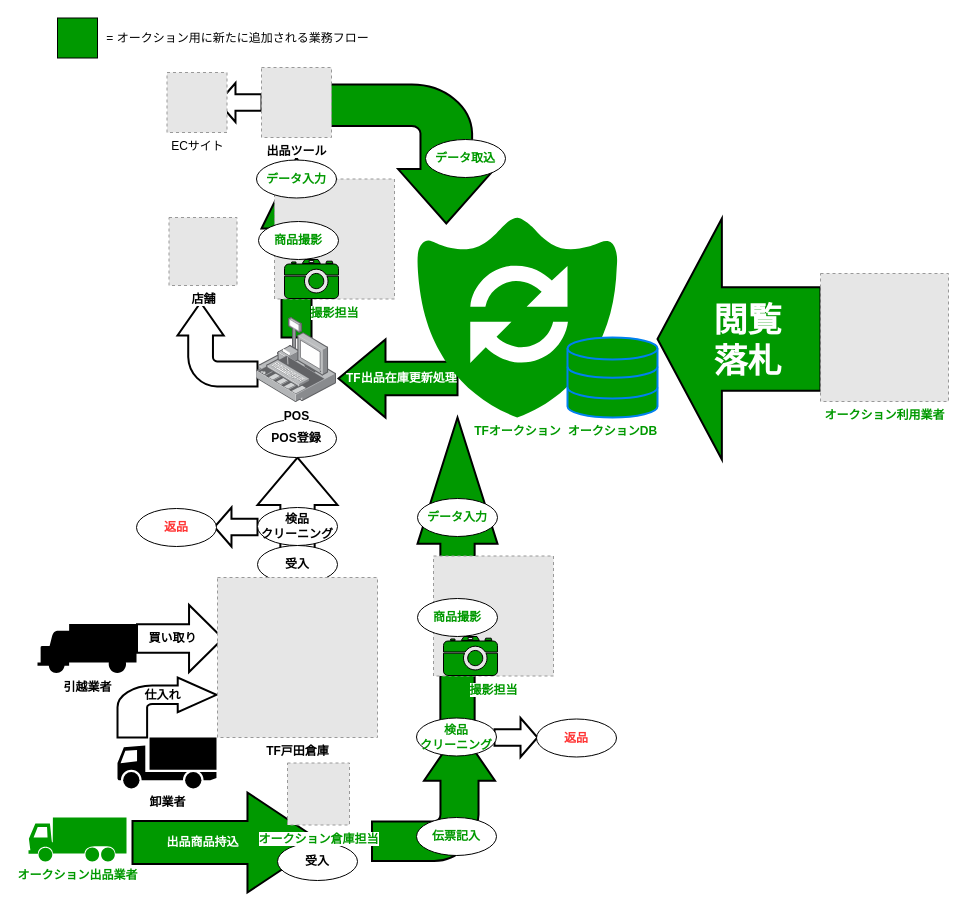
Above: 出品.drawio in cy-shuhei-ohno/test (draw.io), before the change. Source tidied: cells renumbered, new cells numbered last; positions are measured from the earlier drawing's top-left corner, leaving out a move shared by most shapes. Both pictures are drawn from the tidied source at 100%, with x=0, y=0 at pixel (28, 17). Pictures stored in the file or linked from it are replaced by grey dashed boxes.
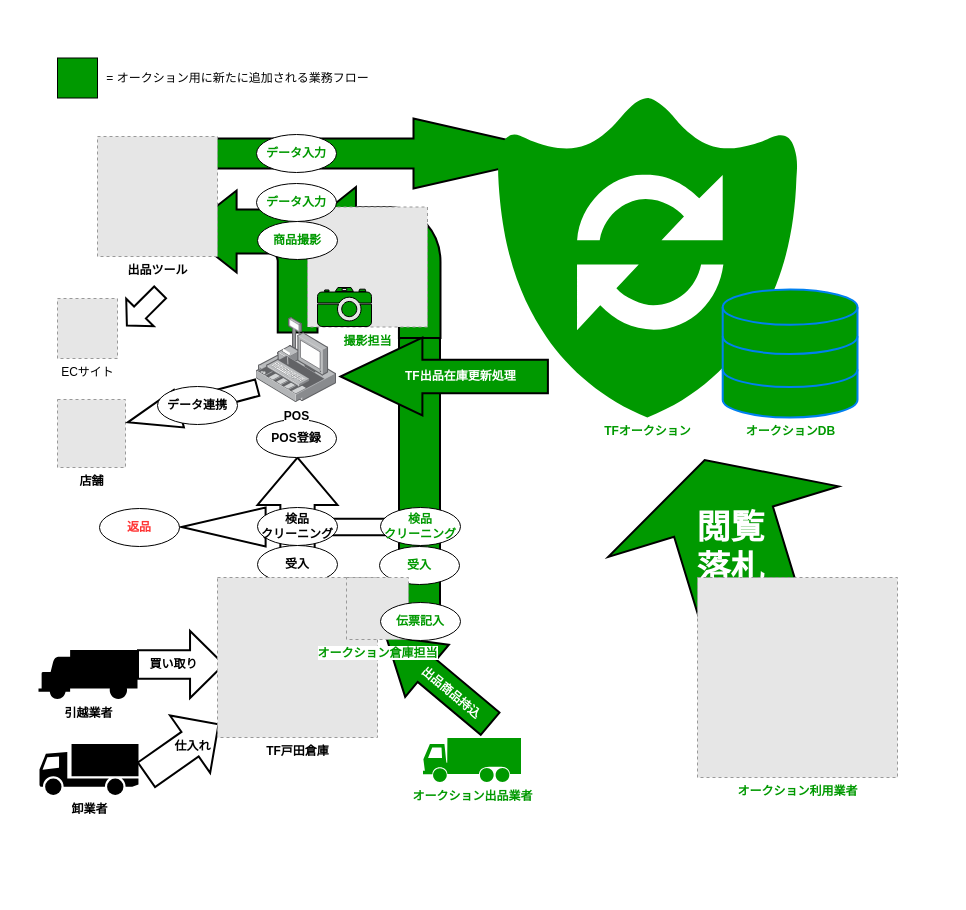
The same page after the edit.

The edit, as a diff of the source:
```diff
@@
-    <mxCell id="2" style="shape=mxgraph.arrows.arrow_up;html=1;verticalLabelPosition=bottom;verticalAlign=top;strokeWidth=2;strokeColor=#000000;fillColor=#009900;fontColor=#000000;align=center;" parent="1" vertex="1">
-      <mxGeometry x="233" y="140" width="70" height="180" as="geometry" />
-    </mxCell>
+    <mxCell id="18" style="shape=mxgraph.arrows.bent_right_arrow;html=1;verticalLabelPosition=bottom;verticalAlign=top;strokeWidth=2;strokeColor=#000000;fillColor=#009900;fontColor=#000000;align=center;rotation=-180;flipV=1;" parent="1" vertex="1">
+      <mxGeometry x="156" y="173" width="133" height="142" as="geometry" />
+    </mxCell>
+    <mxCell id="56" style="shape=mxgraph.arrows.signal-in_arrow;html=1;verticalLabelPosition=bottom;verticalAlign=top;strokeWidth=2;strokeColor=#000000;fillColor=#009900;gradientColor=none;fontSize=12;fontColor=#009900;align=center;rotation=-90;" parent="1" vertex="1">
+      <mxGeometry x="223" y="423" width="336" height="41" as="geometry" />
+    </mxCell>
+    <mxCell id="40" style="group;" parent="1" vertex="1">
+      <mxGeometry x="279" y="189.5" width="209" height="131" as="geometry" />
+    </mxCell>
+    <mxCell id="57" style="group;" parent="40" vertex="1">
+      <mxGeometry width="133" height="131" as="geometry" />
+    </mxCell>
+    <mxCell id="33" style="shape=mxgraph.arrows.bent_left_arrow;html=1;verticalLabelPosition=bottom;verticalAlign=top;strokeWidth=2;strokeColor=#000000;fillColor=#009900;gradientColor=none;fontColor=#009900;align=center;flipV=0;flipH=0;rotation=0;" parent="57" vertex="1">
+      <mxGeometry x="-6" y="-20" width="139" height="151" as="geometry" />
+    </mxCell>
+    <mxCell id="41" value="撮影担当" style="fillColor=#E6E6E6;strokeColor=#999999;dashed=1;html=1;verticalAlign=top;verticalLabelPosition=bottom;labelBackgroundColor=#ffffff;fontColor=#009900;align=center;fontStyle=1;" parent="57" vertex="1">
+      <mxGeometry width="120" height="120" as="geometry" />
+    </mxCell>
+    <mxCell id="42" style="shape=mxgraph.signs.tech.camera_2;html=1;fillColor=#009900;strokeColor=#000000;verticalLabelPosition=bottom;verticalAlign=top;align=center;fontColor=#000000;gradientColor=none;" parent="57" vertex="1">
+      <mxGeometry x="10" y="80.5" width="54" height="39" as="geometry" />
+    </mxCell>
+    <mxCell id="58" style="shape=mxgraph.arrows.arrow_up;html=1;verticalLabelPosition=bottom;verticalAlign=top;strokeWidth=2;strokeColor=#000000;fillColor=#FFFFFF;gradientColor=none;fontSize=12;fontColor=#000000;align=center;rotation=55;" parent="1" vertex="1">
+      <mxGeometry x="119" y="688" width="70" height="88" as="geometry" />
+    </mxCell>
     <mxCell id="3" value="卸業者" style="shape=mxgraph.signs.transportation.truck_1;html=1;fillColor=#000000;strokeColor=none;verticalLabelPosition=bottom;verticalAlign=top;align=center;fontStyle=1;" parent="1" vertex="1">
-      <mxGeometry x="89" y="720" width="99" height="51" as="geometry" />
+      <mxGeometry x="11" y="726.5" width="99" height="51" as="geometry" />
     </mxCell>
     <mxCell id="4" value="引越業者" style="shape=mxgraph.signs.transportation.truck_2;html=1;fillColor=#000000;strokeColor=none;verticalLabelPosition=bottom;verticalAlign=top;align=center;fontStyle=1;" parent="1" vertex="1">
-      <mxGeometry x="9" y="606.5" width="99" height="49" as="geometry" />
+      <mxGeometry x="10" y="632.5" width="99" height="49" as="geometry" />
     </mxCell>
-    <mxCell id="5" value="オークション出品業者" style="shape=mxgraph.signs.transportation.truck_3;html=1;fillColor=#009900;strokeColor=none;verticalLabelPosition=bottom;verticalAlign=top;align=center;fontColor=#009900;fontStyle=1;" parent="1" vertex="1">
-      <mxGeometry y="800" width="98" height="44" as="geometry" />
-    </mxCell>
-    <mxCell id="6" style="shape=mxgraph.arrows.bent_right_arrow;html=1;verticalLabelPosition=bottom;verticalAlign=top;strokeWidth=2;strokeColor=#000000;" parent="1" vertex="1">
-      <mxGeometry x="89" y="660" width="99" height="60" as="geometry" />
-    </mxCell>
     <mxCell id="7" value="仕入れ" style="text;html=1;align=center;verticalAlign=top;spacingTop=-4;fontStyle=1;" parent="1" vertex="1">
-      <mxGeometry x="109" y="668" width="50" height="20" as="geometry" />
+      <mxGeometry x="138.5" y="718.5" width="50" height="20" as="geometry" />
     </mxCell>
     <mxCell id="8" style="shape=mxgraph.arrows.arrow_up;html=1;verticalLabelPosition=bottom;verticalAlign=top;strokeWidth=2;strokeColor=#000000;rotation=90;" parent="1" vertex="1">
-      <mxGeometry x="118" y="578" width="67" height="86" as="geometry" />
+      <mxGeometry x="119" y="604" width="67" height="86" as="geometry" />
     </mxCell>
     <mxCell id="9" value="買い取り" style="text;html=1;align=center;verticalAlign=top;spacingTop=-4;fillColor=#ffffff;fontStyle=1;" parent="1" vertex="1">
-      <mxGeometry x="113.5" y="611" width="60" height="20" as="geometry" />
+      <mxGeometry x="114.5" y="637" width="60" height="20" as="geometry" />
     </mxCell>
     <mxCell id="10" style="whiteSpace=wrap;html=1;fillColor=#009900;fontColor=#FFFFFF;align=center;" parent="1" vertex="1">
-      <mxGeometry x="29" y="0.5" width="40" height="40" as="geometry" />
+      <mxGeometry x="29" y="40.5" width="40" height="40" as="geometry" />
     </mxCell>
     <mxCell id="11" value="= オークション用に新たに追加される業務フロー&lt;br&gt;&lt;br&gt;" style="text;html=1;align=center;verticalAlign=top;spacingTop=-4;fontColor=#000000;" parent="1" vertex="1">
-      <mxGeometry x="69" y="10.5" width="280" height="30" as="geometry" />
+      <mxGeometry x="69" y="50.5" width="280" height="30" as="geometry" />
     </mxCell>
@@
     <mxCell id="14" style="shape=mxgraph.arrows.arrow_right;html=1;verticalLabelPosition=bottom;verticalAlign=top;strokeWidth=2;strokeColor=#000000;fillColor=#FFFFFF;fontColor=#000000;align=center;rotation=-180;" parent="1" vertex="1">
-      <mxGeometry x="186" y="490" width="43" height="39" as="geometry" />
+      <mxGeometry x="153" y="490" width="213" height="39" as="geometry" />
     </mxCell>
     <mxCell id="15" value="返品" style="ellipse;whiteSpace=wrap;html=1;fillColor=#FFFFFF;fontColor=#FF3333;align=center;fontStyle=1;" parent="1" vertex="1">
-      <mxGeometry x="108" y="491" width="80" height="38" as="geometry" />
+      <mxGeometry x="71" y="491" width="80" height="38" as="geometry" />
     </mxCell>
@@
-    <mxCell id="18" style="shape=mxgraph.arrows.bent_right_arrow;html=1;verticalLabelPosition=bottom;verticalAlign=top;strokeWidth=2;strokeColor=#000000;fillColor=#FFFFFF;fontColor=#000000;align=center;rotation=-90;" parent="1" vertex="1">
-      <mxGeometry x="147" y="287" width="84" height="80" as="geometry" />
-    </mxCell>
-    <mxCell id="19" value="POS" style="html=1;align=center;shadow=0;dashed=0;image;image=img/lib/allied_telesis/security/POS.svg;fillColor=#009900;fontColor=#000000;fontStyle=1;" parent="1" vertex="1">
-      <mxGeometry x="228" y="300" width="80" height="85" as="geometry" />
-    </mxCell>
     <mxCell id="20" value="店舗" style="fillColor=#E6E6E6;strokeColor=#999999;dashed=1;html=1;verticalAlign=top;verticalLabelPosition=bottom;labelBackgroundColor=#ffffff;fontColor=#000000;align=center;fontStyle=1;" parent="1" vertex="1">
-      <mxGeometry x="140.5" y="200" width="68" height="68" as="geometry" />
+      <mxGeometry x="29" y="382" width="68" height="68" as="geometry" />
     </mxCell>
-    <mxCell id="21" style="group;" parent="1" vertex="1">
-      <mxGeometry x="246" y="161.5" width="120" height="120" as="geometry" />
-    </mxCell>
-    <mxCell id="22" value="撮影担当" style="fillColor=#E6E6E6;strokeColor=#999999;dashed=1;html=1;verticalAlign=top;verticalLabelPosition=bottom;labelBackgroundColor=#ffffff;fontColor=#009900;align=center;fontStyle=1;" parent="21" vertex="1">
-      <mxGeometry width="120" height="120" as="geometry" />
-    </mxCell>
-    <mxCell id="23" style="shape=mxgraph.signs.tech.camera_2;html=1;fillColor=#009900;strokeColor=#000000;verticalLabelPosition=bottom;verticalAlign=top;align=center;fontColor=#000000;gradientColor=none;" parent="21" vertex="1">
-      <mxGeometry x="10" y="80.5" width="54" height="39" as="geometry" />
-    </mxCell>
-    <mxCell id="24" value="商品撮影" style="ellipse;whiteSpace=wrap;html=1;fillColor=#FFFFFF;fontColor=#009900;align=center;fontStyle=1;" parent="21" vertex="1">
-      <mxGeometry x="-16" y="42.5" width="80" height="38" as="geometry" />
-    </mxCell>
-    <mxCell id="25" value="データ入力" style="ellipse;whiteSpace=wrap;html=1;fillColor=#FFFFFF;fontColor=#009900;align=center;fontStyle=1;" parent="21" vertex="1">
-      <mxGeometry x="-18" y="-19" width="80" height="38" as="geometry" />
-    </mxCell>
-    <mxCell id="26" style="shape=mxgraph.arrows.arrow_up;html=1;verticalLabelPosition=bottom;verticalAlign=top;strokeWidth=2;strokeColor=#000000;fillColor=#009900;gradientColor=none;fontColor=#009900;align=center;rotation=90;" parent="1" vertex="1">
-      <mxGeometry x="149" y="730" width="100" height="190" as="geometry" />
-    </mxCell>
-    <mxCell id="27" value="出品商品持込" style="text;html=1;align=center;verticalAlign=top;spacingTop=-4;fillColor=#009900;fontColor=#FFFFFF;fontStyle=1;" parent="1" vertex="1">
-      <mxGeometry x="128.5" y="815" width="90" height="20" as="geometry" />
-    </mxCell>
-    <mxCell id="28" style="shape=mxgraph.arrows.arrow_up;html=1;verticalLabelPosition=bottom;verticalAlign=top;strokeWidth=2;strokeColor=#000000;fillColor=#009900;gradientColor=none;fontColor=#009900;align=center;" parent="1" vertex="1">
-      <mxGeometry x="389" y="400" width="80" height="320" as="geometry" />
-    </mxCell>
-    <mxCell id="29" value="受入" style="ellipse;whiteSpace=wrap;html=1;fillColor=#FFFFFF;fontColor=#000000;align=center;fontStyle=1;" parent="1" vertex="1">
-      <mxGeometry x="249" y="825" width="80" height="38" as="geometry" />
+    <mxCell id="29" value="受入" style="ellipse;whiteSpace=wrap;html=1;fillColor=#FFFFFF;fontColor=#009900;align=center;fontStyle=1;" parent="1" vertex="1">
+      <mxGeometry x="351" y="529" width="80" height="38" as="geometry" />
     </mxCell>
-    <mxCell id="30" value="TF戸田倉庫" style="fillColor=#E6E6E6;strokeColor=#999999;dashed=1;html=1;verticalAlign=top;verticalLabelPosition=bottom;labelBackgroundColor=#ffffff;fontStyle=1;" parent="1" vertex="1">
-      <mxGeometry x="189" y="560" width="160" height="160" as="geometry" />
-    </mxCell>
-    <mxCell id="31" style="shape=mxgraph.arrows.bent_left_arrow;html=1;verticalLabelPosition=bottom;verticalAlign=top;strokeWidth=2;strokeColor=#000000;fillColor=#009900;gradientColor=none;fontColor=#009900;align=center;rotation=90;" parent="1" vertex="1">
-      <mxGeometry x="339" y="716" width="132" height="123" as="geometry" />
-    </mxCell>
-    <mxCell id="32" value="オークション倉庫担当" style="fillColor=#E6E6E6;strokeColor=#999999;dashed=1;html=1;verticalAlign=top;verticalLabelPosition=bottom;labelBackgroundColor=#ffffff;fontColor=#009900;align=center;fontStyle=1;" parent="1" vertex="1">
-      <mxGeometry x="259" y="745.5" width="62" height="62" as="geometry" />
-    </mxCell>
-    <mxCell id="33" style="shape=mxgraph.arrows.bent_left_arrow;html=1;verticalLabelPosition=bottom;verticalAlign=top;strokeWidth=2;strokeColor=#000000;fillColor=#009900;gradientColor=none;fontColor=#009900;align=center;flipV=0;flipH=1;rotation=90;" parent="1" vertex="1">
-      <mxGeometry x="313" y="53" width="139" height="167" as="geometry" />
-    </mxCell>
-    <mxCell id="34" value="データ取込" style="ellipse;whiteSpace=wrap;html=1;fillColor=#FFFFFF;fontColor=#009900;align=center;fontStyle=1;" parent="1" vertex="1">
-      <mxGeometry x="397" y="122" width="80" height="38" as="geometry" />
-    </mxCell>
-    <mxCell id="35" value="伝票記入" style="ellipse;whiteSpace=wrap;html=1;fillColor=#FFFFFF;fontColor=#009900;align=center;fontStyle=1;" parent="1" vertex="1">
-      <mxGeometry x="388" y="800" width="80" height="38" as="geometry" />
-    </mxCell>
-    <mxCell id="36" style="shape=mxgraph.arrows.arrow_right;html=1;verticalLabelPosition=bottom;verticalAlign=top;strokeWidth=2;strokeColor=#000000;fillColor=#FFFFFF;fontColor=#000000;align=center;rotation=0;" parent="1" vertex="1">
-      <mxGeometry x="466" y="700.5" width="43" height="39" as="geometry" />
-    </mxCell>
-    <mxCell id="37" value="返品" style="ellipse;whiteSpace=wrap;html=1;fillColor=#FFFFFF;fontColor=#FF3333;align=center;fontStyle=1;" parent="1" vertex="1">
-      <mxGeometry x="508" y="701.5" width="80" height="38" as="geometry" />
-    </mxCell>
     <mxCell id="38" value="検品&lt;br&gt;クリーニング" style="ellipse;whiteSpace=wrap;html=1;fillColor=#FFFFFF;fontColor=#009900;align=center;fontStyle=1;" parent="1" vertex="1">
-      <mxGeometry x="388" y="700.5" width="80" height="38" as="geometry" />
+      <mxGeometry x="352" y="490" width="80" height="38" as="geometry" />
     </mxCell>
-    <mxCell id="39" value="データ入力" style="ellipse;whiteSpace=wrap;html=1;fillColor=#FFFFFF;fontColor=#009900;align=center;fontStyle=1;" parent="1" vertex="1">
-      <mxGeometry x="389" y="481" width="80" height="38" as="geometry" />
-    </mxCell>
-    <mxCell id="40" style="group;" parent="1" vertex="1">
-      <mxGeometry x="405" y="538.5" width="120" height="120" as="geometry" />
-    </mxCell>
-    <mxCell id="41" value="撮影担当" style="fillColor=#E6E6E6;strokeColor=#999999;dashed=1;html=1;verticalAlign=top;verticalLabelPosition=bottom;labelBackgroundColor=#ffffff;fontColor=#009900;align=center;fontStyle=1;" parent="40" vertex="1">
-      <mxGeometry width="120" height="120" as="geometry" />
-    </mxCell>
-    <mxCell id="42" style="shape=mxgraph.signs.tech.camera_2;html=1;fillColor=#009900;strokeColor=#000000;verticalLabelPosition=bottom;verticalAlign=top;align=center;fontColor=#000000;gradientColor=none;" parent="40" vertex="1">
-      <mxGeometry x="10" y="80.5" width="54" height="39" as="geometry" />
-    </mxCell>
-    <mxCell id="43" value="商品撮影" style="ellipse;whiteSpace=wrap;html=1;fillColor=#FFFFFF;fontColor=#009900;align=center;fontStyle=1;" parent="40" vertex="1">
-      <mxGeometry x="-16" y="42.5" width="80" height="38" as="geometry" />
-    </mxCell>
-    <mxCell id="44" style="shape=mxgraph.arrows.arrow_right;html=1;verticalLabelPosition=bottom;verticalAlign=top;strokeWidth=2;strokeColor=#000000;fillColor=#009900;gradientColor=none;fontColor=#009900;align=center;rotation=-180;" parent="1" vertex="1">
-      <mxGeometry x="629" y="201" width="163" height="241" as="geometry" />
+    <mxCell id="44" style="shape=mxgraph.arrows.arrow_right;html=1;verticalLabelPosition=bottom;verticalAlign=top;strokeWidth=2;strokeColor=#000000;fillColor=#009900;gradientColor=none;fontColor=#009900;align=center;rotation=-107;" parent="1" vertex="1">
+      <mxGeometry x="618.5" y="400" width="163" height="241" as="geometry" />
     </mxCell>
     <mxCell id="45" value="閲覧&lt;br&gt;落札" style="text;html=1;align=center;verticalAlign=top;spacingTop=-4;fontColor=#FFFFFF;fillColor=#009900;fontStyle=1;fontSize=34;" parent="1" vertex="1">
-      <mxGeometry x="679" y="280" width="80" height="80" as="geometry" />
+      <mxGeometry x="662" y="487" width="80" height="80" as="geometry" />
     </mxCell>
     <mxCell id="46" value="オークション利用業者" style="fillColor=#E6E6E6;strokeColor=#999999;dashed=1;html=1;verticalAlign=top;verticalLabelPosition=bottom;labelBackgroundColor=#ffffff;fontSize=12;fontColor=#009900;align=center;fontStyle=1;" parent="1" vertex="1">
-      <mxGeometry x="792" y="256" width="128" height="128" as="geometry" />
+      <mxGeometry x="669" y="560" width="200" height="200" as="geometry" />
     </mxCell>
+    <mxCell id="49" value="Text" style="text;html=1;align=left;verticalAlign=top;spacingTop=-4;fontSize=12;fontColor=#FFFFFF;" parent="1" vertex="1">
+      <mxGeometry x="509" y="475" width="40" height="20" as="geometry" />
+    </mxCell>
+    <mxCell id="53" style="shape=mxgraph.arrows.arrow_right;html=1;verticalLabelPosition=bottom;verticalAlign=top;strokeWidth=2;strokeColor=#000000;fillColor=#FFFFFF;fontColor=#000000;align=center;rotation=135;" parent="1" vertex="1">
+      <mxGeometry x="91.5" y="272" width="47" height="39" as="geometry" />
+    </mxCell>
+    <mxCell id="54" value="ECサイト" style="fillColor=#E6E6E6;strokeColor=#999999;dashed=1;html=1;verticalAlign=top;verticalLabelPosition=bottom;labelBackgroundColor=#ffffff;fontColor=#000000;align=center;" parent="1" vertex="1">
+      <mxGeometry x="29" y="281" width="60" height="60" as="geometry" />
+    </mxCell>
+    <mxCell id="5" value="オークション出品業者" style="shape=mxgraph.signs.transportation.truck_3;html=1;fillColor=#009900;strokeColor=none;verticalLabelPosition=bottom;verticalAlign=top;align=center;fontColor=#009900;fontStyle=1;" parent="1" vertex="1">
+      <mxGeometry x="394.5" y="720.5" width="98" height="44" as="geometry" />
+    </mxCell>
+    <mxCell id="19" value="POS" style="html=1;align=center;shadow=0;dashed=0;image;image=img/lib/allied_telesis/security/POS.svg;fillColor=#009900;fontColor=#000000;fontStyle=1;" parent="1" vertex="1">
+      <mxGeometry x="228" y="300" width="80" height="85" as="geometry" />
+    </mxCell>
+    <mxCell id="39" value="データ入力" style="ellipse;whiteSpace=wrap;html=1;fillColor=#FFFFFF;fontColor=#009900;align=center;fontStyle=1;" parent="1" vertex="1">
+      <mxGeometry x="228" y="166" width="80" height="38" as="geometry" />
+    </mxCell>
+    <mxCell id="30" value="TF戸田倉庫" style="fillColor=#E6E6E6;strokeColor=#999999;dashed=1;html=1;verticalAlign=top;verticalLabelPosition=bottom;labelBackgroundColor=#ffffff;fontStyle=1;" parent="1" vertex="1">
+      <mxGeometry x="189" y="560" width="160" height="160" as="geometry" />
+    </mxCell>
+    <mxCell id="26" style="shape=mxgraph.arrows.arrow_up;html=1;verticalLabelPosition=bottom;verticalAlign=top;strokeWidth=2;strokeColor=#000000;fillColor=#009900;gradientColor=none;fontColor=#009900;align=center;rotation=130;flipV=1;" parent="1" vertex="1">
+      <mxGeometry x="375.5" y="594.5" width="68" height="136" as="geometry" />
+    </mxCell>
+    <mxCell id="27" value="出品商品持込" style="text;html=1;align=center;verticalAlign=top;spacingTop=-4;fillColor=#009900;fontColor=#FFFFFF;fontStyle=1;rotation=40;" parent="1" vertex="1">
+      <mxGeometry x="377.5" y="665.5" width="90" height="20" as="geometry" />
+    </mxCell>
+    <mxCell id="32" value="オークション倉庫担当" style="fillColor=#E6E6E6;strokeColor=#999999;dashed=1;html=1;verticalAlign=top;verticalLabelPosition=bottom;labelBackgroundColor=#ffffff;fontColor=#009900;align=center;fontStyle=1;" parent="1" vertex="1">
+      <mxGeometry x="318" y="560" width="62" height="62" as="geometry" />
+    </mxCell>
+    <mxCell id="35" value="伝票記入" style="ellipse;whiteSpace=wrap;html=1;fillColor=#FFFFFF;fontColor=#009900;align=center;fontStyle=1;" parent="1" vertex="1">
+      <mxGeometry x="352" y="585" width="80" height="38" as="geometry" />
+    </mxCell>
+    <mxCell id="59" style="group;" parent="1" vertex="1">
+      <mxGeometry x="312" y="320" width="237" height="78" as="geometry" />
+    </mxCell>
-    <mxCell id="47" style="shape=mxgraph.arrows.arrow_left;html=1;verticalLabelPosition=bottom;verticalAlign=top;strokeWidth=2;strokeColor=#000000;fillColor=#009900;gradientColor=none;fontSize=12;fontColor=#009900;align=center;" parent="1" vertex="1">
-      <mxGeometry x="310" y="322" width="119" height="78" as="geometry" />
+    <mxCell id="47" style="shape=mxgraph.arrows.arrow_left;html=1;verticalLabelPosition=bottom;verticalAlign=top;strokeWidth=2;strokeColor=#000000;fillColor=#009900;gradientColor=none;fontSize=12;fontColor=#009900;align=center;" parent="59" vertex="1">
+      <mxGeometry width="207.4" height="78" as="geometry" />
     </mxCell>
-    <mxCell id="48" value="TF出品在庫更新処理" style="text;html=1;align=left;verticalAlign=top;spacingTop=-4;fontSize=12;fontColor=#FFFFFF;fontStyle=1;" parent="1" vertex="1">
-      <mxGeometry x="316" y="351" width="130" height="20" as="geometry" />
+    <mxCell id="48" value="TF出品在庫更新処理" style="text;html=1;align=left;verticalAlign=top;spacingTop=-4;fontSize=12;fontColor=#FFFFFF;fontStyle=1;" parent="59" vertex="1">
+      <mxGeometry x="63" y="29" width="130" height="20" as="geometry" />
     </mxCell>
-    <mxCell id="49" value="Text" style="text;html=1;align=left;verticalAlign=top;spacingTop=-4;fontSize=12;fontColor=#FFFFFF;" parent="1" vertex="1">
-      <mxGeometry x="509" y="475" width="40" height="20" as="geometry" />
-    </mxCell>
+    <mxCell id="60" style="shape=mxgraph.arrows.arrow_right;html=1;verticalLabelPosition=bottom;verticalAlign=top;strokeWidth=2;strokeColor=#000000;fillColor=#009900;gradientColor=none;fontSize=12;fontColor=#009900;align=center;" parent="1" vertex="1">
+      <mxGeometry x="149" y="101" width="390" height="70" as="geometry" />
+    </mxCell>
     <mxCell id="50" style="group;" parent="1" vertex="1">
-      <mxGeometry x="388" y="200" width="241" height="200" as="geometry" />
+      <mxGeometry x="468" y="80" width="361" height="320" as="geometry" />
     </mxCell>
     <mxCell id="51" value="TFオークション" style="shadow=0;dashed=0;html=1;strokeColor=none;labelPosition=center;verticalLabelPosition=bottom;verticalAlign=top;align=center;shape=mxgraph.mscae.oms.system_update;fillColor=#009900;fontColor=#009900;fontStyle=1;" parent="50" vertex="1">
-      <mxGeometry width="201" height="200" as="geometry" />
+      <mxGeometry width="301.1" height="320" as="geometry" />
     </mxCell>
     <mxCell id="52" value="オークションDB" style="html=1;verticalLabelPosition=bottom;align=center;labelBackgroundColor=#ffffff;verticalAlign=top;strokeWidth=2;strokeColor=#0080F0;fillColor=#009900;shadow=0;dashed=0;shape=mxgraph.ios7.icons.data;fontStyle=1;fontColor=#009900;" parent="50" vertex="1">
-      <mxGeometry x="151" y="120" width="90" height="80" as="geometry" />
+      <mxGeometry x="226.2" y="192" width="134.8" height="128" as="geometry" />
     </mxCell>
-    <mxCell id="53" style="shape=mxgraph.arrows.arrow_right;html=1;verticalLabelPosition=bottom;verticalAlign=top;strokeWidth=2;strokeColor=#000000;fillColor=#FFFFFF;fontColor=#000000;align=center;rotation=-180;" parent="1" vertex="1">
-      <mxGeometry x="190" y="65.5" width="43" height="39" as="geometry" />
-    </mxCell>
-    <mxCell id="54" value="ECサイト" style="fillColor=#E6E6E6;strokeColor=#999999;dashed=1;html=1;verticalAlign=top;verticalLabelPosition=bottom;labelBackgroundColor=#ffffff;fontColor=#000000;align=center;" parent="1" vertex="1">
-      <mxGeometry x="138.5" y="55" width="60" height="60" as="geometry" />
-    </mxCell>
     <mxCell id="55" value="出品ツール" style="fillColor=#E6E6E6;strokeColor=#999999;dashed=1;html=1;verticalAlign=top;verticalLabelPosition=bottom;labelBackgroundColor=#ffffff;fontColor=#000000;align=center;fontStyle=1;" parent="1" vertex="1">
-      <mxGeometry x="233" y="50" width="70" height="70" as="geometry" />
+      <mxGeometry x="69" y="119" width="120" height="120" as="geometry" />
     </mxCell>
+    <mxCell id="61" value="データ入力" style="ellipse;whiteSpace=wrap;html=1;fillColor=#FFFFFF;fontColor=#009900;align=center;fontStyle=1;" parent="1" vertex="1">
+      <mxGeometry x="228" y="117" width="80" height="38" as="geometry" />
+    </mxCell>
+    <mxCell id="43" value="商品撮影" style="ellipse;whiteSpace=wrap;html=1;fillColor=#FFFFFF;fontColor=#009900;align=center;fontStyle=1;" parent="1" vertex="1">
+      <mxGeometry x="229" y="204" width="80" height="38" as="geometry" />
+    </mxCell>
+    <mxCell id="62" style="shape=mxgraph.arrows.arrow_right;html=1;verticalLabelPosition=bottom;verticalAlign=top;strokeWidth=2;strokeColor=#000000;fillColor=#FFFFFF;fontColor=#000000;align=center;rotation=165;" parent="1" vertex="1">
+      <mxGeometry x="97" y="368" width="134" height="39" as="geometry" />
+    </mxCell>
+    <mxCell id="25" value="データ連携" style="ellipse;whiteSpace=wrap;html=1;fillColor=#FFFFFF;fontColor=#000000;align=center;fontStyle=1;" parent="1" vertex="1">
+      <mxGeometry x="129" y="369" width="80" height="38" as="geometry" />
+    </mxCell>
```
